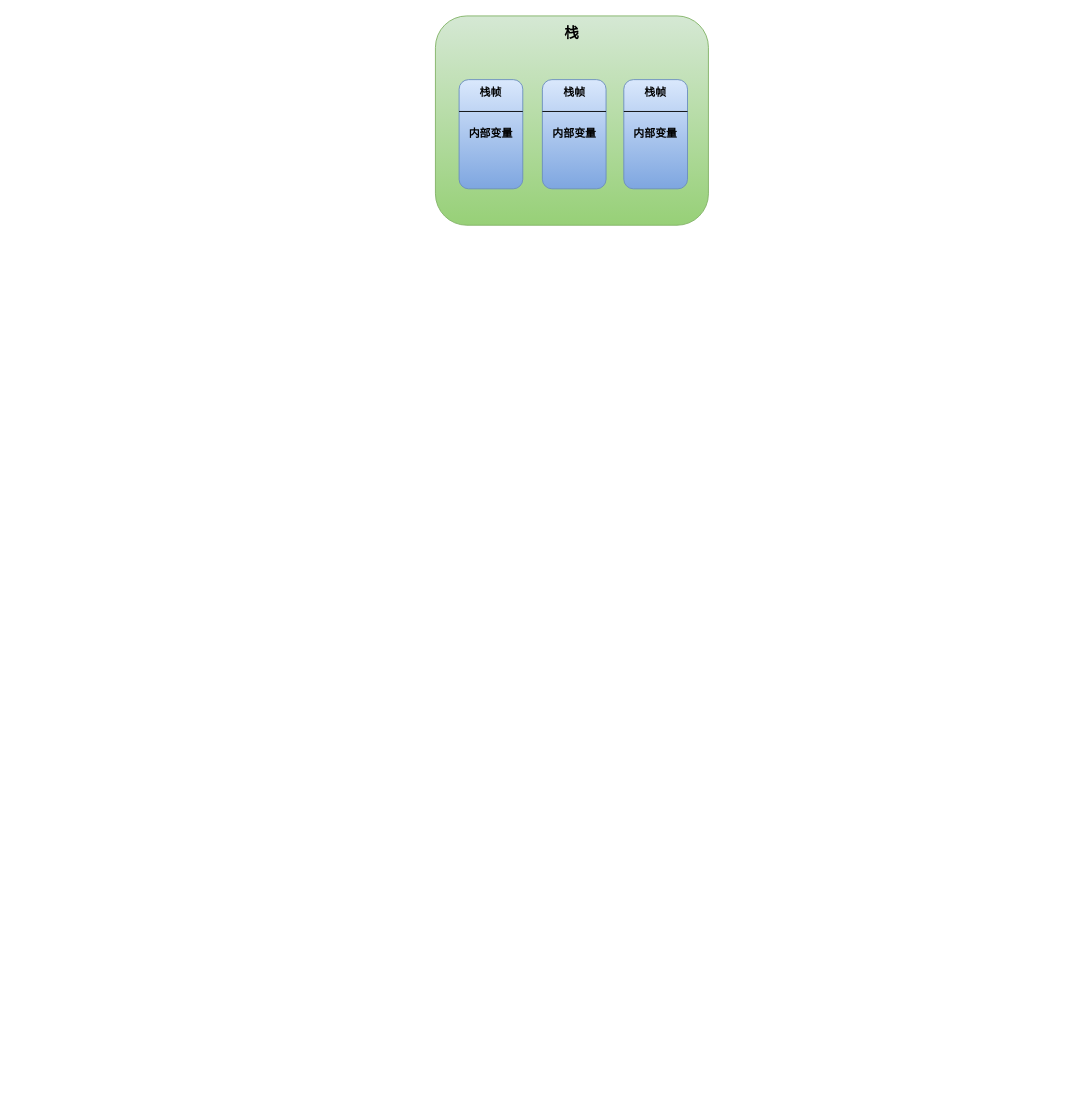
The draw.io diagram Concurrent/ThreadLocal/ThreadLocal-demo.drawio in Muggle666/PicGo, before the edit. Source tidied: cells renumbered, new cells numbered last; positions are measured from the earlier drawing's top-left corner, leaving out a move shared by most shapes. Both pictures are drawn from the tidied source at 91%, with x=0, y=0 at pixel (435, 15).
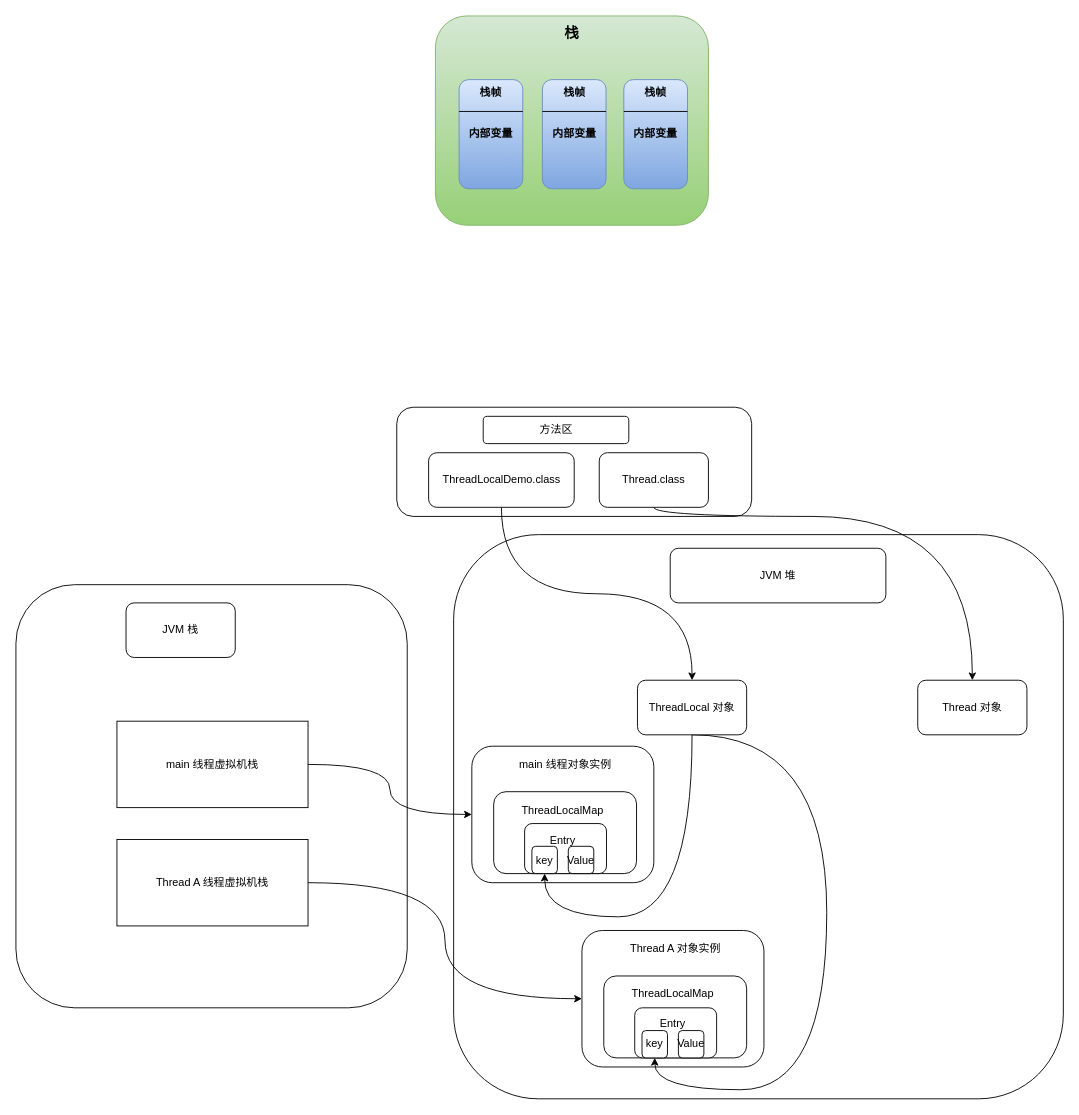
After the change.

Diff of the diagram source:
```diff
@@
+    <mxCell id="13" style="rounded=1;whiteSpace=wrap;html=1;" parent="1" vertex="1">
+      <mxGeometry x="20" y="570" width="670" height="620" as="geometry" />
+    </mxCell>
+    <mxCell id="14" style="rounded=1;whiteSpace=wrap;html=1;" parent="1" vertex="1">
+      <mxGeometry x="161" y="1005" width="200" height="150" as="geometry" />
+    </mxCell>
+    <mxCell id="15" style="rounded=1;whiteSpace=wrap;html=1;" parent="1" vertex="1">
+      <mxGeometry x="185" y="1055" width="157" height="90" as="geometry" />
+    </mxCell>
+    <mxCell id="16" style="rounded=1;whiteSpace=wrap;html=1;" parent="1" vertex="1">
+      <mxGeometry x="219" y="1090" width="90" height="55" as="geometry" />
+    </mxCell>
+    <mxCell id="17" style="rounded=1;whiteSpace=wrap;html=1;" parent="1" vertex="1">
+      <mxGeometry x="40" y="802.5" width="200" height="150" as="geometry" />
+    </mxCell>
+    <mxCell id="18" style="rounded=1;whiteSpace=wrap;html=1;" parent="1" vertex="1">
+      <mxGeometry x="64" y="852.5" width="157" height="90" as="geometry" />
+    </mxCell>
+    <mxCell id="19" style="rounded=1;whiteSpace=wrap;html=1;" parent="1" vertex="1">
+      <mxGeometry x="98" y="887.5" width="90" height="55" as="geometry" />
+    </mxCell>
+    <mxCell id="20" style="rounded=1;whiteSpace=wrap;html=1;" parent="1" vertex="1">
+      <mxGeometry x="-461" y="625" width="430" height="465" as="geometry" />
+    </mxCell>
@@
+    <mxCell id="21" style="edgeStyle=orthogonalEdgeStyle;curved=1;jettySize=auto;html=1;exitX=1;exitY=0.5;exitDx=0;exitDy=0;entryX=0;entryY=0.5;entryDx=0;entryDy=0;strokeColor=#000000;" parent="1" edge="1" source="22" target="17">
+      <mxGeometry relative="1" as="geometry" />
+    </mxCell>
+    <mxCell id="22" value="&lt;span style=&quot;white-space: normal&quot;&gt;main 线程虚拟机栈&lt;/span&gt;" style="rounded=0;whiteSpace=wrap;html=1;" parent="1" vertex="1">
+      <mxGeometry x="-350" y="775" width="210" height="95" as="geometry" />
+    </mxCell>
+    <mxCell id="23" value="JVM 栈" style="rounded=1;whiteSpace=wrap;html=1;" parent="1" vertex="1">
+      <mxGeometry x="-340" y="645" width="120" height="60" as="geometry" />
+    </mxCell>
+    <mxCell id="24" value="JVM 堆" style="rounded=1;whiteSpace=wrap;html=1;" parent="1" vertex="1">
+      <mxGeometry x="258" y="585" width="237" height="60" as="geometry" />
+    </mxCell>
+    <mxCell id="25" style="rounded=1;whiteSpace=wrap;html=1;" parent="1" vertex="1">
+      <mxGeometry x="-42.5" y="430" width="390" height="120" as="geometry" />
+    </mxCell>
+    <mxCell id="26" value="方法区" style="rounded=1;whiteSpace=wrap;html=1;" parent="1" vertex="1">
+      <mxGeometry x="52.5" y="440" width="160" height="30" as="geometry" />
+    </mxCell>
+    <mxCell id="27" style="edgeStyle=orthogonalEdgeStyle;jettySize=auto;html=1;exitX=0.5;exitY=1;exitDx=0;exitDy=0;entryX=0.5;entryY=0;entryDx=0;entryDy=0;strokeColor=#000000;curved=1;" parent="1" edge="1" source="28" target="31">
+      <mxGeometry relative="1" as="geometry" />
+    </mxCell>
+    <mxCell id="28" value="ThreadLocalDemo.class" style="rounded=1;whiteSpace=wrap;html=1;" parent="1" vertex="1">
+      <mxGeometry x="-7.5" y="480" width="160" height="60" as="geometry" />
+    </mxCell>
+    <mxCell id="29" style="edgeStyle=orthogonalEdgeStyle;curved=1;jettySize=auto;html=1;exitX=0.5;exitY=1;exitDx=0;exitDy=0;entryX=0.5;entryY=1;entryDx=0;entryDy=0;strokeColor=#000000;" parent="1" edge="1" source="31" target="38">
+      <mxGeometry relative="1" as="geometry">
+        <Array as="points">
+          <mxPoint x="282" y="990" />
+          <mxPoint x="120" y="990" />
+        </Array>
+      </mxGeometry>
+    </mxCell>
+    <mxCell id="30" style="edgeStyle=orthogonalEdgeStyle;curved=1;jettySize=auto;html=1;exitX=0.5;exitY=1;exitDx=0;exitDy=0;entryX=0.5;entryY=1;entryDx=0;entryDy=0;strokeColor=#000000;" parent="1" edge="1" source="31" target="43">
+      <mxGeometry relative="1" as="geometry">
+        <Array as="points">
+          <mxPoint x="430" y="790" />
+          <mxPoint x="430" y="1180" />
+          <mxPoint x="241" y="1180" />
+        </Array>
+      </mxGeometry>
+    </mxCell>
+    <mxCell id="31" value="ThreadLocal 对象" style="rounded=1;whiteSpace=wrap;html=1;" parent="1" vertex="1">
+      <mxGeometry x="222" y="730" width="120" height="60" as="geometry" />
+    </mxCell>
+    <mxCell id="32" style="edgeStyle=orthogonalEdgeStyle;curved=1;jettySize=auto;html=1;exitX=0.5;exitY=1;exitDx=0;exitDy=0;strokeColor=#000000;" parent="1" edge="1" source="33" target="34">
+      <mxGeometry relative="1" as="geometry">
+        <Array as="points">
+          <mxPoint x="240" y="550" />
+          <mxPoint x="590" y="550" />
+        </Array>
+      </mxGeometry>
+    </mxCell>
+    <mxCell id="33" value="Thread.class" style="rounded=1;whiteSpace=wrap;html=1;" parent="1" vertex="1">
+      <mxGeometry x="180" y="480" width="120" height="60" as="geometry" />
+    </mxCell>
+    <mxCell id="34" value="Thread 对象" style="rounded=1;whiteSpace=wrap;html=1;" parent="1" vertex="1">
+      <mxGeometry x="530" y="730" width="120" height="60" as="geometry" />
+    </mxCell>
+    <mxCell id="35" value="ThreadLocalMap" style="text;html=1;strokeColor=none;fillColor=none;align=center;verticalAlign=middle;whiteSpace=wrap;rounded=0;" parent="1" vertex="1">
+      <mxGeometry x="120" y="862.5" width="40" height="20" as="geometry" />
+    </mxCell>
+    <mxCell id="36" value="main 线程对象实例" style="text;html=1;strokeColor=none;fillColor=none;align=center;verticalAlign=middle;whiteSpace=wrap;rounded=0;" parent="1" vertex="1">
+      <mxGeometry x="85" y="812.5" width="116" height="20" as="geometry" />
+    </mxCell>
+    <mxCell id="37" value="Entry" style="text;html=1;strokeColor=none;fillColor=none;align=center;verticalAlign=middle;whiteSpace=wrap;rounded=0;" parent="1" vertex="1">
+      <mxGeometry x="120" y="895.5" width="40" height="20" as="geometry" />
+    </mxCell>
+    <mxCell id="38" value="key" style="rounded=1;whiteSpace=wrap;html=1;" parent="1" vertex="1">
+      <mxGeometry x="106" y="912.5" width="28" height="30" as="geometry" />
+    </mxCell>
+    <mxCell id="39" value="Value" style="rounded=1;whiteSpace=wrap;html=1;" parent="1" vertex="1">
+      <mxGeometry x="146" y="912.5" width="28" height="30" as="geometry" />
+    </mxCell>
+    <mxCell id="40" value="ThreadLocalMap" style="text;html=1;strokeColor=none;fillColor=none;align=center;verticalAlign=middle;whiteSpace=wrap;rounded=0;" parent="1" vertex="1">
+      <mxGeometry x="241" y="1065" width="40" height="20" as="geometry" />
+    </mxCell>
+    <mxCell id="41" value="Thread A 对象实例" style="text;html=1;strokeColor=none;fillColor=none;align=center;verticalAlign=middle;whiteSpace=wrap;rounded=0;" parent="1" vertex="1">
+      <mxGeometry x="206" y="1015" width="116" height="20" as="geometry" />
+    </mxCell>
+    <mxCell id="42" value="Entry" style="text;html=1;strokeColor=none;fillColor=none;align=center;verticalAlign=middle;whiteSpace=wrap;rounded=0;" parent="1" vertex="1">
+      <mxGeometry x="241" y="1098" width="40" height="20" as="geometry" />
+    </mxCell>
+    <mxCell id="43" value="key" style="rounded=1;whiteSpace=wrap;html=1;" parent="1" vertex="1">
+      <mxGeometry x="227" y="1115" width="28" height="30" as="geometry" />
+    </mxCell>
+    <mxCell id="44" value="Value" style="rounded=1;whiteSpace=wrap;html=1;" parent="1" vertex="1">
+      <mxGeometry x="267" y="1115" width="28" height="30" as="geometry" />
+    </mxCell>
+    <mxCell id="45" style="edgeStyle=orthogonalEdgeStyle;curved=1;jettySize=auto;html=1;exitX=1;exitY=0.5;exitDx=0;exitDy=0;entryX=0;entryY=0.5;entryDx=0;entryDy=0;strokeColor=#000000;" parent="1" edge="1" source="46" target="14">
+      <mxGeometry relative="1" as="geometry" />
+    </mxCell>
+    <mxCell id="46" value="&lt;span style=&quot;white-space: normal&quot;&gt;Thread A 线程虚拟机栈&lt;/span&gt;" style="rounded=0;whiteSpace=wrap;html=1;" parent="1" vertex="1">
+      <mxGeometry x="-350" y="905" width="210" height="95" as="geometry" />
+    </mxCell>
```
